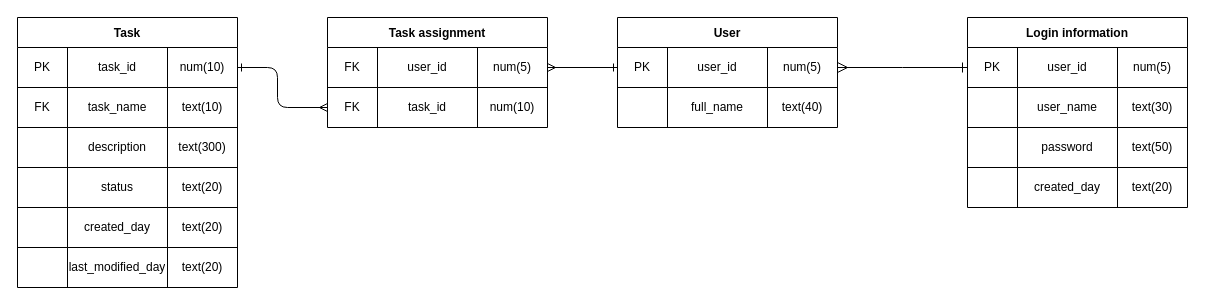
The draw.io diagram DataBase.drawio in nbqduong/Todo4Learn, before the edit. Source tidied: cells renumbered, new cells numbered last; positions are measured from the earlier drawing's top-left corner, leaving out a move shared by most shapes. Both pictures are drawn from the tidied source at 100%, with x=0, y=0 at pixel (17, 17).
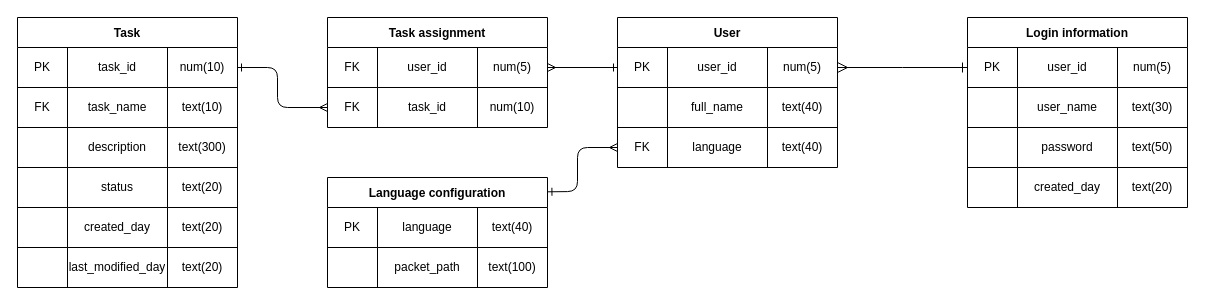
Above is the later version.

Commit message:
add language to database

The edit, as a diff of the source:
```diff
@@
     <mxCell id="2" value="User" style="shape=table;startSize=30;childLayout=tableLayout;fontStyle=1;align=center;" parent="1" vertex="1">
-      <mxGeometry x="600" width="220" height="110" as="geometry" />
+      <mxGeometry x="600" width="220" height="150" as="geometry" />
     </mxCell>
@@
+    <mxCell id="65" style="shape=tableRow;horizontal=0;startSize=0;swimlaneHead=0;swimlaneBody=0;top=0;left=0;bottom=0;right=0;fillColor=none;points=[[0,0.5],[1,0.5]];portConstraint=eastwest;" parent="2" vertex="1">
+      <mxGeometry y="110" width="220" height="40" as="geometry" />
+    </mxCell>
+    <mxCell id="66" value="FK" style="shape=partialRectangle;html=1;whiteSpace=wrap;fillColor=none;top=0;left=0;bottom=0;right=0;overflow=hidden;" parent="65" vertex="1">
+      <mxGeometry width="50" height="40" as="geometry" />
+    </mxCell>
+    <mxCell id="67" value="language" style="shape=partialRectangle;html=1;whiteSpace=wrap;fillColor=none;top=0;left=0;bottom=0;right=0;overflow=hidden;" parent="65" vertex="1">
+      <mxGeometry x="50" width="100" height="40" as="geometry" />
+    </mxCell>
+    <mxCell id="68" value="text(40)" style="shape=partialRectangle;html=1;whiteSpace=wrap;fillColor=none;top=0;left=0;bottom=0;right=0;overflow=hidden;" parent="65" vertex="1">
+      <mxGeometry x="150" width="70" height="40" as="geometry" />
+    </mxCell>
@@
+    <mxCell id="69" value="Language configuration" style="shape=table;startSize=30;childLayout=tableLayout;fontStyle=1;align=center;" parent="1" vertex="1">
+      <mxGeometry x="310" y="160" width="220" height="110" as="geometry" />
+    </mxCell>
+    <mxCell id="70" style="shape=tableRow;horizontal=0;startSize=0;swimlaneHead=0;swimlaneBody=0;top=0;left=0;bottom=0;right=0;fillColor=none;" parent="69" vertex="1">
+      <mxGeometry y="30" width="220" height="40" as="geometry" />
+    </mxCell>
+    <mxCell id="71" value="PK" style="shape=partialRectangle;html=1;whiteSpace=wrap;fillColor=none;top=0;left=0;bottom=0;right=0;overflow=hidden;" parent="70" vertex="1">
+      <mxGeometry width="50" height="40" as="geometry" />
+    </mxCell>
+    <mxCell id="72" value="language" style="shape=partialRectangle;html=1;whiteSpace=wrap;fillColor=none;top=0;left=0;bottom=0;right=0;overflow=hidden;" parent="70" vertex="1">
+      <mxGeometry x="50" width="100" height="40" as="geometry" />
+    </mxCell>
+    <mxCell id="73" value="text(40)" style="shape=partialRectangle;html=1;whiteSpace=wrap;fillColor=none;top=0;left=0;bottom=0;right=0;overflow=hidden;" parent="70" vertex="1">
+      <mxGeometry x="150" width="70" height="40" as="geometry" />
+    </mxCell>
+    <mxCell id="74" style="shape=tableRow;horizontal=0;startSize=0;swimlaneHead=0;swimlaneBody=0;top=0;left=0;bottom=0;right=0;fillColor=none;" parent="69" vertex="1">
+      <mxGeometry y="70" width="220" height="40" as="geometry" />
+    </mxCell>
+    <mxCell id="75" style="shape=partialRectangle;html=1;whiteSpace=wrap;fillColor=none;top=0;left=0;bottom=0;right=0;overflow=hidden;" parent="74" vertex="1">
+      <mxGeometry width="50" height="40" as="geometry" />
+    </mxCell>
+    <mxCell id="76" value="packet_path" style="shape=partialRectangle;html=1;whiteSpace=wrap;fillColor=none;top=0;left=0;bottom=0;right=0;overflow=hidden;" parent="74" vertex="1">
+      <mxGeometry x="50" width="100" height="40" as="geometry" />
+    </mxCell>
+    <mxCell id="77" value="text(100)" style="shape=partialRectangle;html=1;whiteSpace=wrap;fillColor=none;top=0;left=0;bottom=0;right=0;overflow=hidden;" parent="74" vertex="1">
+      <mxGeometry x="150" width="70" height="40" as="geometry" />
+    </mxCell>
+    <mxCell id="78" style="edgeStyle=none;html=1;exitX=0;exitY=0.5;exitDx=0;exitDy=0;entryX=1.002;entryY=0.13;entryDx=0;entryDy=0;entryPerimeter=0;startArrow=ERmany;startFill=0;endArrow=ERone;endFill=0;" parent="1" edge="1" source="65" target="69">
+      <mxGeometry relative="1" as="geometry">
+        <Array as="points">
+          <mxPoint x="560" y="130" />
+          <mxPoint x="560" y="174" />
+        </Array>
+      </mxGeometry>
+    </mxCell>
```
